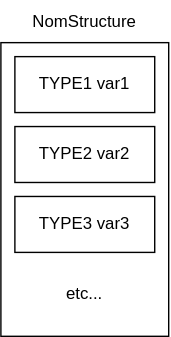
Earlier version of the draw.io export sections/part2/images/structure.svg (BastienGarnier/CoursMinitel). Source tidied: cells renumbered, new cells last; positions are measured from the earlier drawing's top-left corner, leaving out a move shared by most shapes. Its diagram source:
```xml
<mxGraphModel>
  <root>
    <mxCell id="0" />
    <mxCell id="1" parent="0" />
    <mxCell id="2" style="rounded=0;whiteSpace=wrap;html=1;" parent="1" vertex="1">
      <mxGeometry y="30" width="120" height="210" as="geometry" />
    </mxCell>
    <mxCell id="3" value="NomStructure" style="text;html=1;align=center;verticalAlign=middle;whiteSpace=wrap;rounded=0;" parent="1" vertex="1">
      <mxGeometry width="120" height="30" as="geometry" />
    </mxCell>
    <mxCell id="4" value="TYPE1 var1" style="rounded=0;whiteSpace=wrap;html=1;" parent="1" vertex="1">
      <mxGeometry x="10" y="40" width="100" height="40" as="geometry" />
    </mxCell>
    <mxCell id="5" value="TYPE2 var2" style="rounded=0;whiteSpace=wrap;html=1;" parent="1" vertex="1">
      <mxGeometry x="10" y="90" width="100" height="40" as="geometry" />
    </mxCell>
    <mxCell id="6" value="TYPE3 var3" style="rounded=0;whiteSpace=wrap;html=1;" parent="1" vertex="1">
      <mxGeometry x="10" y="140" width="100" height="40" as="geometry" />
    </mxCell>
    <mxCell id="7" value="etc..." style="text;html=1;align=center;verticalAlign=middle;whiteSpace=wrap;rounded=0;" parent="1" vertex="1">
      <mxGeometry x="10" y="190" width="100" height="40" as="geometry" />
    </mxCell>
  </root>
</mxGraphModel>
```
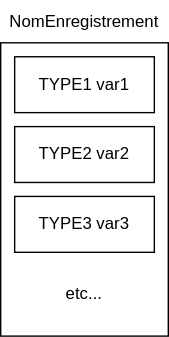
Later version of the same file.

Change to the diagram source:
```diff
@@ -5,7 +5,7 @@
     <mxCell id="2" style="rounded=0;whiteSpace=wrap;html=1;" parent="1" vertex="1">
       <mxGeometry y="30" width="120" height="210" as="geometry" />
     </mxCell>
-    <mxCell id="3" value="NomStructure" style="text;html=1;align=center;verticalAlign=middle;whiteSpace=wrap;rounded=0;" parent="1" vertex="1">
+    <mxCell id="3" value="NomEnregistrement" style="text;html=1;align=center;verticalAlign=middle;whiteSpace=wrap;rounded=0;" parent="1" vertex="1">
       <mxGeometry width="120" height="30" as="geometry" />
     </mxCell>
     <mxCell id="4" value="TYPE1 var1" style="rounded=0;whiteSpace=wrap;html=1;" parent="1" vertex="1">
```
